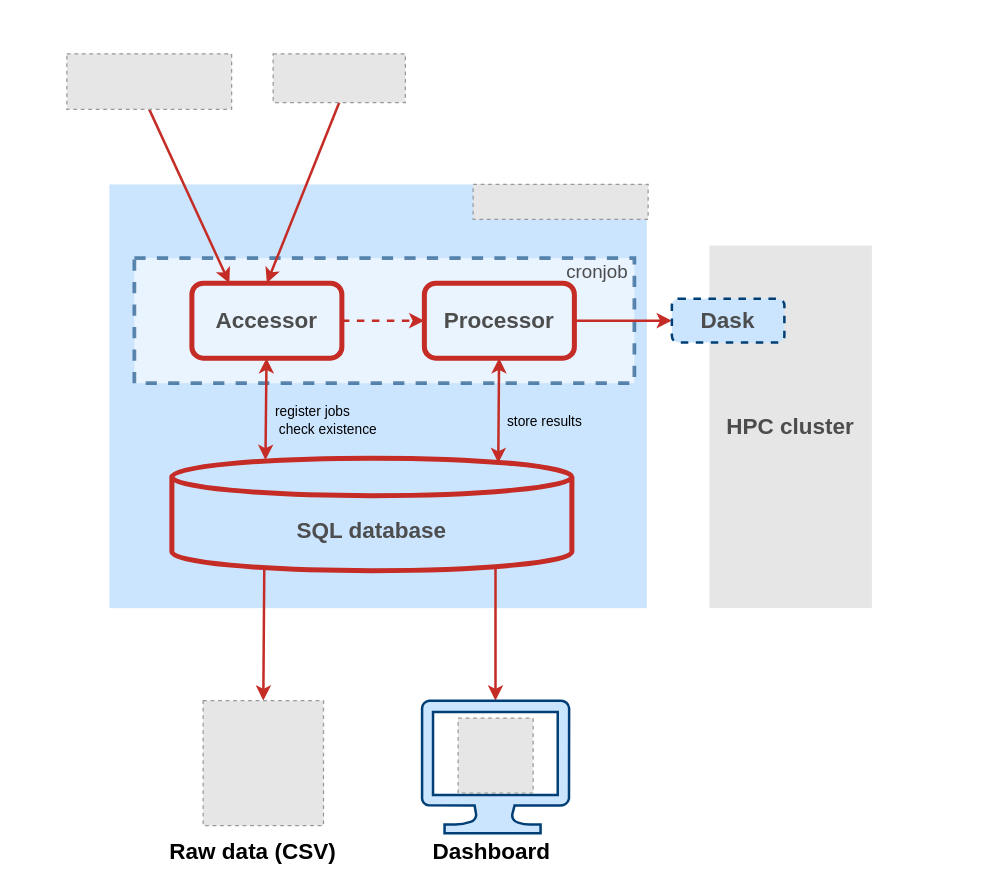
Above: docs/source/_static/figures/system_design.drawio in TRON-Bioinformatics/covigator (draw.io), before the change. Source tidied: cells renumbered, new cells numbered last; positions are measured from the earlier drawing's top-left corner, leaving out a move shared by most shapes. Both pictures are drawn from the tidied source at 125%, with x=0, y=0 at pixel (21, 21). Pictures stored in the file or linked from it are replaced by grey dashed boxes.
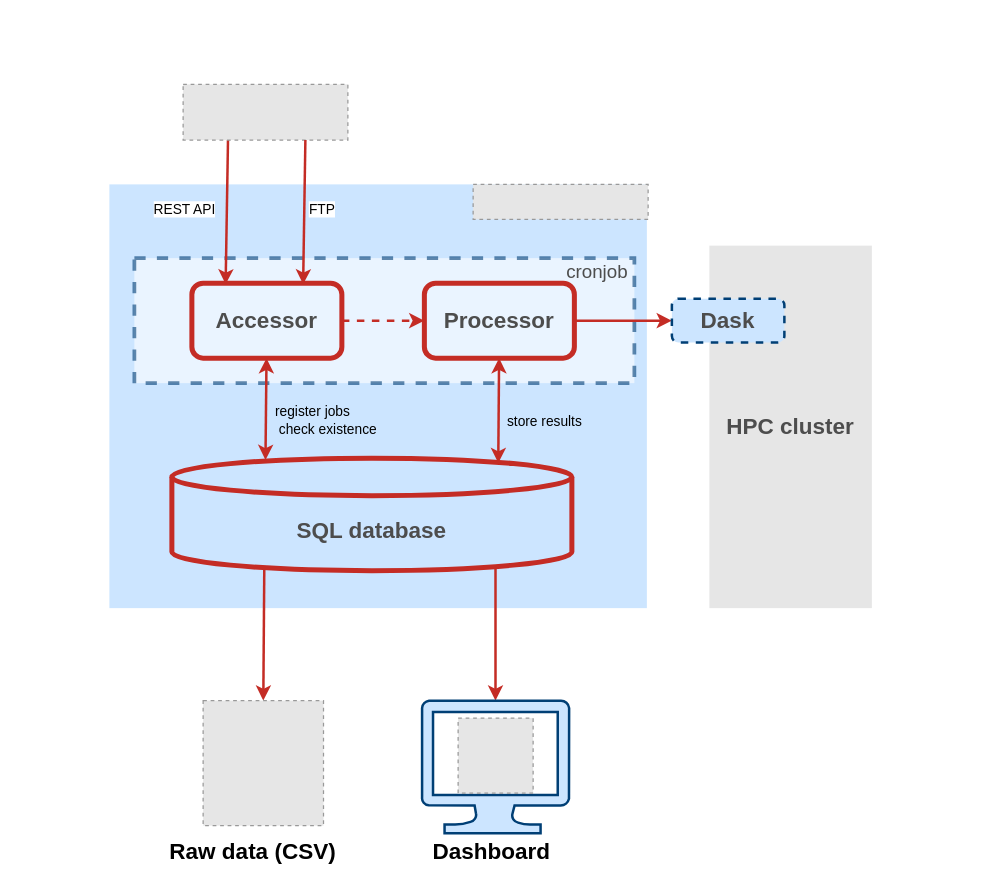
The same page after the edit.

Commit message (it also covers changes not shown here):
edit system design diagram

Unchanged cells that the change refers to:
```xml
<mxCell id="15" value="&lt;font style=&quot;font-size: 18px;&quot;&gt;Accessor&lt;/font&gt;" style="rounded=1;whiteSpace=wrap;html=1;strokeColor=#C42C25;shadow=0;gradientColor=#FFFFFF;fillColor=none;fontColor=#4D4D4D;fontSize=18;strokeWidth=4;fontStyle=1;" parent="1" vertex="1">
  <mxGeometry x="136" y="209" width="120" height="60" as="geometry" />
</mxCell>
```

The edit, as a diff of the source:
```diff
@@
-    <mxCell id="16" style="edgeStyle=none;rounded=0;jettySize=auto;html=1;entryX=0.25;entryY=0;entryDx=0;entryDy=0;exitX=0.5;exitY=1;exitDx=0;exitDy=0;strokeColor=#C42C25;strokeWidth=2;" parent="1" edge="1" source="23" target="15">
-      <mxGeometry relative="1" as="geometry" />
+    <mxCell id="16" value="REST API" style="edgeStyle=none;rounded=0;orthogonalLoop=1;jettySize=auto;html=1;entryX=0.367;entryY=0.017;entryDx=0;entryDy=0;exitX=0.5;exitY=1;exitDx=0;exitDy=0;strokeColor=#C42C25;strokeWidth=2;entryPerimeter=0;startArrow=none;startFill=0;" parent="1" edge="1">
+      <mxGeometry x="-0.03" y="-34" relative="1" as="geometry">
+        <mxPoint x="164.9" y="94.5" as="sourcePoint" />
+        <mxPoint x="163" y="210" as="targetPoint" />
+      </mxGeometry>
     </mxCell>
-    <mxCell id="17" style="edgeStyle=none;rounded=0;jettySize=auto;html=1;entryX=0.5;entryY=0;entryDx=0;entryDy=0;exitX=0.5;exitY=1;exitDx=0;exitDy=0;strokeColor=#C42C25;strokeWidth=2;" parent="1" edge="1" source="22" target="15">
-      <mxGeometry relative="1" as="geometry" />
-    </mxCell>
@@
-    <mxCell id="22" style="fillColor=#E6E6E6;strokeColor=#999999;dashed=1;verticalLabelPosition=bottom;labelBackgroundColor=#ffffff;verticalAlign=top;" parent="1" vertex="1">
-      <mxGeometry x="201" y="25.5" width="105.8" height="39" as="geometry" />
-    </mxCell>
     <mxCell id="23" style="fillColor=#E6E6E6;strokeColor=#999999;dashed=1;verticalLabelPosition=bottom;labelBackgroundColor=#ffffff;verticalAlign=top;" parent="1" vertex="1">
-      <mxGeometry x="36" y="25.5" width="131.8" height="44.5" as="geometry" />
+      <mxGeometry x="129" y="50" width="131.8" height="44.5" as="geometry" />
     </mxCell>
@@
+    <mxCell id="29" value="FTP" style="edgeStyle=none;rounded=0;orthogonalLoop=1;jettySize=auto;html=1;entryX=0.367;entryY=0.017;entryDx=0;entryDy=0;exitX=0.5;exitY=1;exitDx=0;exitDy=0;strokeColor=#C42C25;strokeWidth=2;entryPerimeter=0;" parent="1" edge="1">
+      <mxGeometry x="-0.04" y="14" relative="1" as="geometry">
+        <mxPoint x="226.8" y="94.5" as="sourcePoint" />
+        <mxPoint x="225" y="210" as="targetPoint" />
+      </mxGeometry>
+    </mxCell>
```
